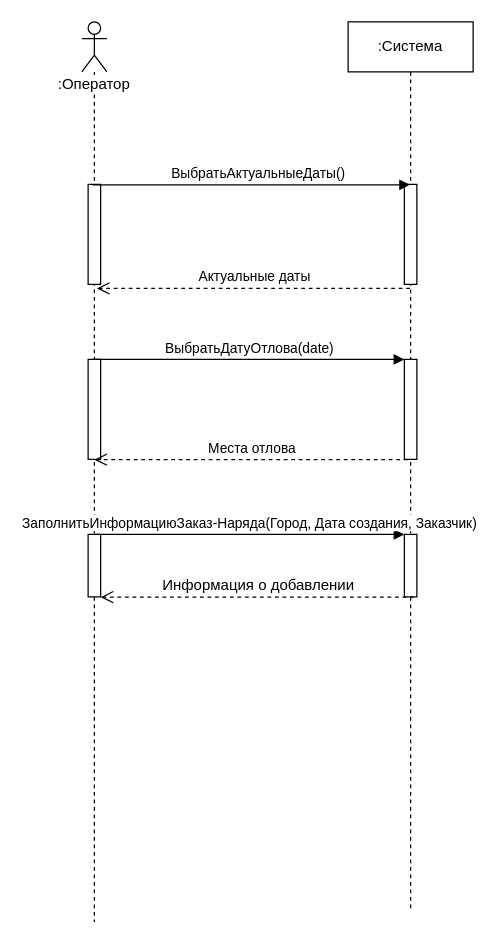
Earlier version of the draw.io diagram Lab3/Бугаков/1Прецедент.drawio (denissfloww/Information-systems-design). Source tidied: cells renumbered, new cells numbered last; positions are measured from the earlier drawing's top-left corner, leaving out a move shared by most shapes. Both pictures are drawn from the tidied source at 125%, with x=0, y=0 at pixel (81, 21).
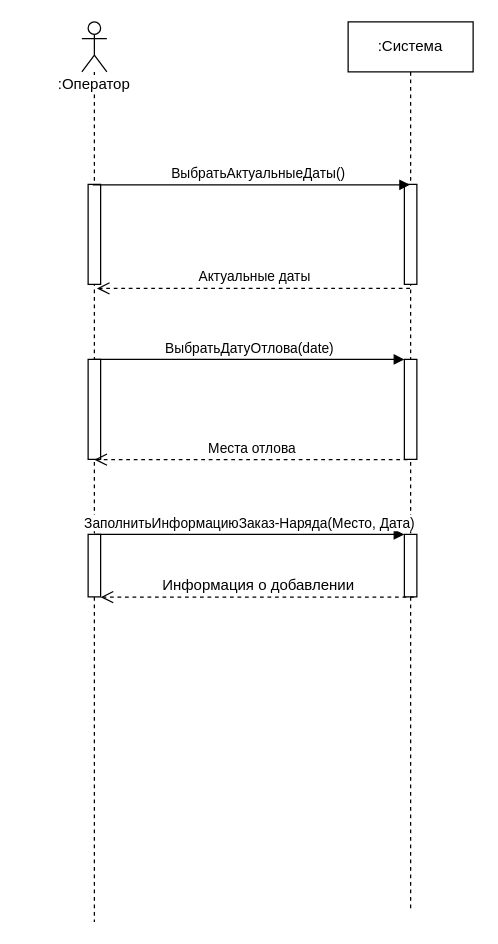
The same diagram, later.

The edit, as a diff of the source:
```diff
@@
-    <mxCell id="14" value="ЗаполнитьИнформациюЗаказ-Наряда(Город, Дата создания, Заказчик)" style="html=1;verticalAlign=bottom;endArrow=block;entryX=0;entryY=0;exitX=0.497;exitY=0.001;exitDx=0;exitDy=0;exitPerimeter=0;" parent="1" edge="1">
+    <mxCell id="14" value="ЗаполнитьИнформациюЗаказ-Наряда(Место, Дата)" style="html=1;verticalAlign=bottom;endArrow=block;entryX=0;entryY=0;exitX=0.497;exitY=0.001;exitDx=0;exitDy=0;exitPerimeter=0;" parent="1" edge="1">
       <mxGeometry relative="1" as="geometry">
         <mxPoint x="10" y="410" as="sourcePoint" />
         <mxPoint x="258" y="410" as="targetPoint" />
       </mxGeometry>
     </mxCell>
```
